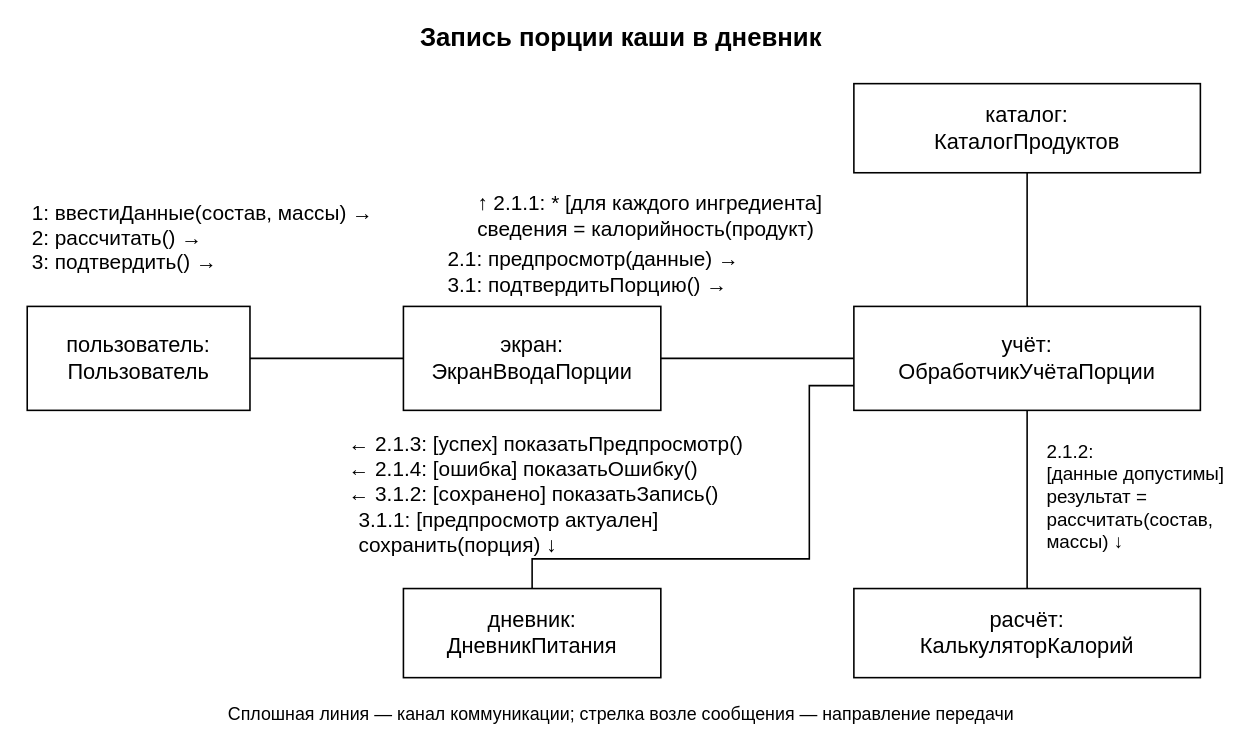
Vvvv4a40/OOAP keeps this draw.io diagram as page "2 Коммуникации" (2 of 3) of Лабораторная 1/Счётчик калорий.drawio. Above is the earlier version. Source tidied: cells renumbered, new cells numbered last; positions are measured from the earlier drawing's top-left corner, leaving out a move shared by most shapes. Both pictures are drawn from the tidied source at 99%, with x=0, y=0 at pixel (17, 17).
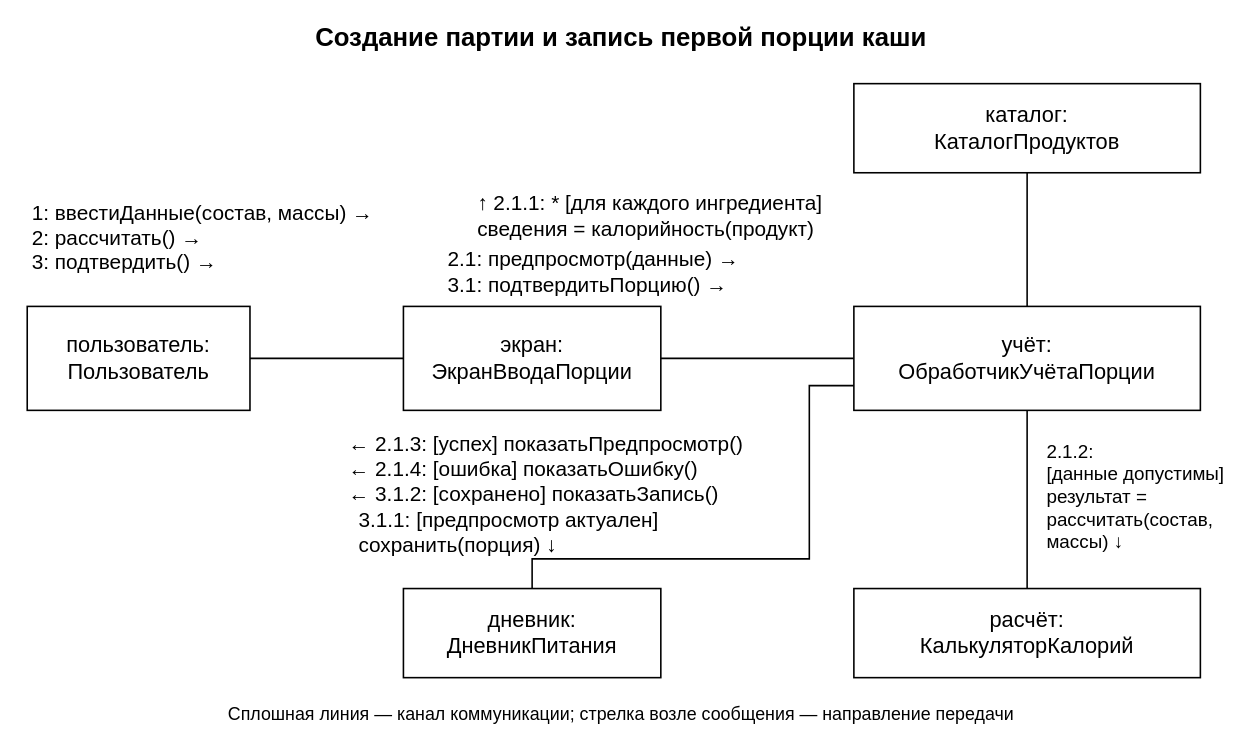
The same page after the edit.

Commit message (it also covers changes not shown here):
Упростить МПО и уточнить сценарий первой порции

Change to the diagram source:
```diff
@@
-    <mxCell id="7" value="Запись порции каши в дневник" style="text;html=0;whiteSpace=wrap;overflow=hidden;rounded=0;strokeColor=none;fillColor=none;fontColor=#000000;fontFamily=Arial;fontSize=26;fontStyle=1;align=center;verticalAlign=middle;spacing=0;" parent="1" vertex="1">
+    <mxCell id="7" value="Создание партии и запись первой порции каши" style="text;html=0;whiteSpace=wrap;overflow=hidden;rounded=0;strokeColor=none;fillColor=none;fontColor=#000000;fontFamily=Arial;fontSize=26;fontStyle=1;align=center;verticalAlign=middle;spacing=0;" parent="1" vertex="1">
       <mxGeometry width="1220" height="40" as="geometry" />
     </mxCell>
```
